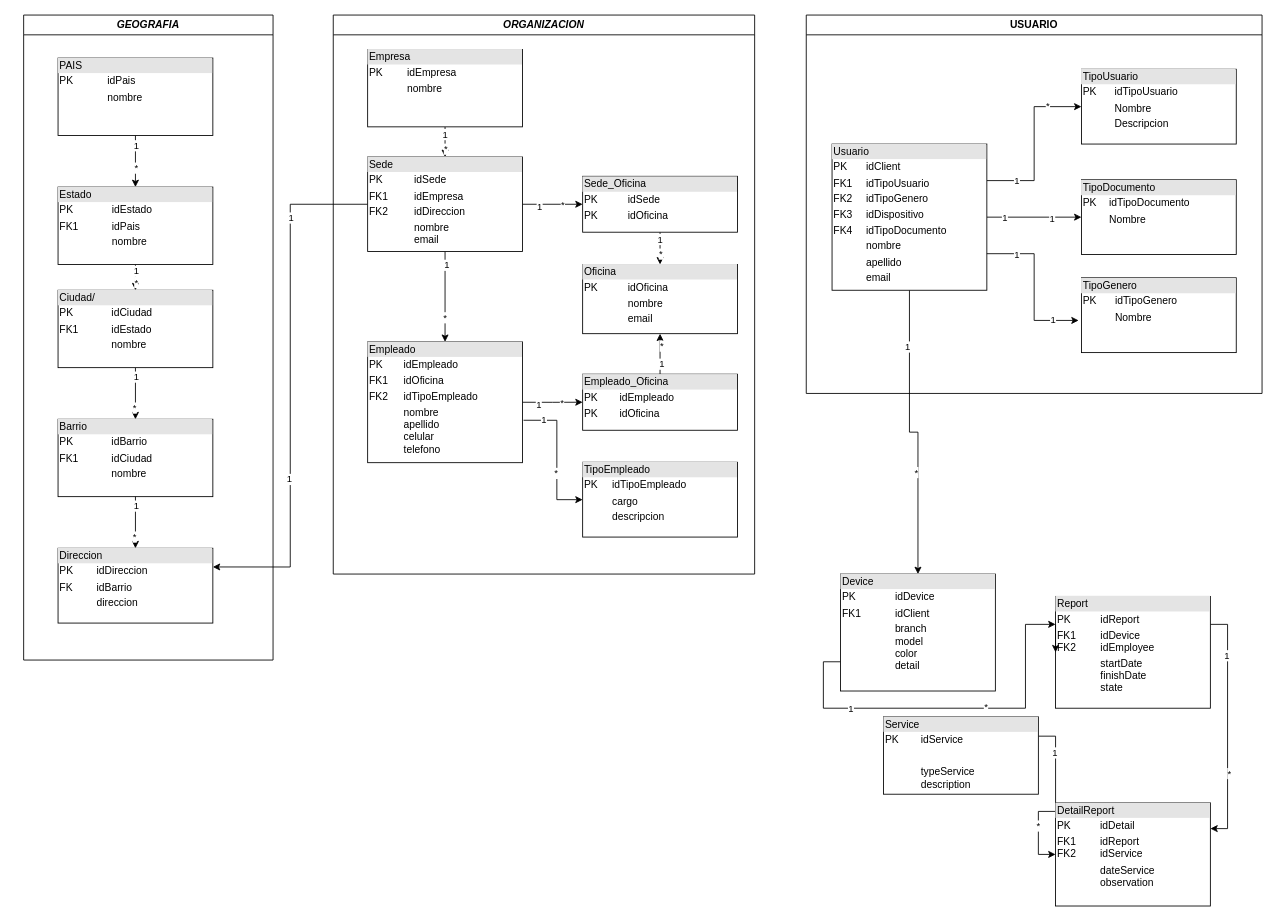
The draw.io diagram projects/tech_support/Tech_support.drawio in Alejo2304/website_projects, before the edit. Source tidied: cells renumbered, new cells numbered last; positions are measured from the earlier drawing's top-left corner, leaving out a move shared by most shapes. Both pictures are drawn from the tidied source at 86%, with x=0, y=0 at pixel (23, 15).
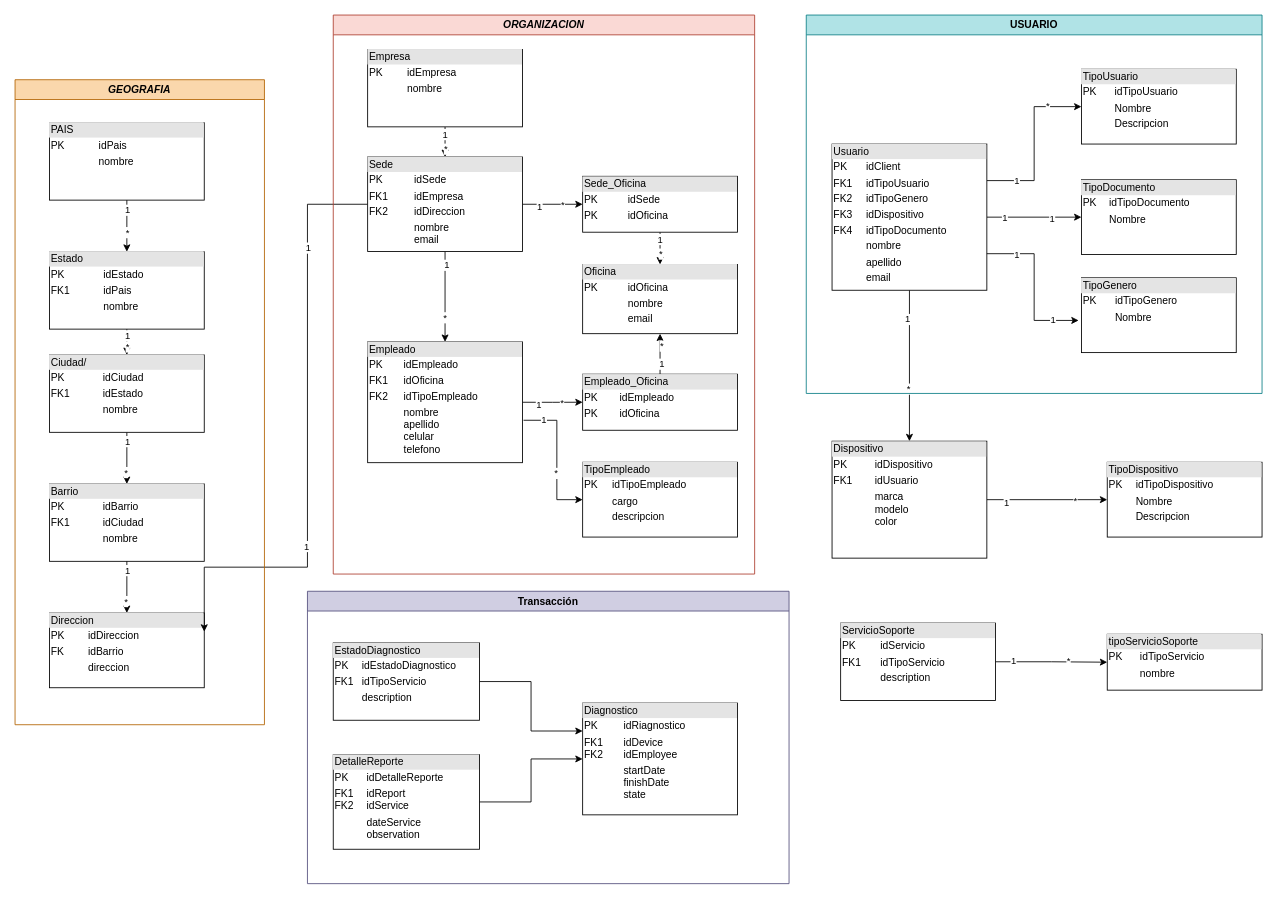
The same page after the edit.

Commit message:
transaccion colecction

The change refers to these unchanged cells:
```xml
<mxCell id="25" value="&lt;div style=&quot;box-sizing:border-box;width:100%;background:#e4e4e4;padding:2px;&quot;&gt;Sede&lt;/div&gt;&lt;table style=&quot;width:100%;font-size:1em;&quot; cellpadding=&quot;2&quot; cellspacing=&quot;0&quot;&gt;&lt;tbody&gt;&lt;tr&gt;&lt;td&gt;PK&lt;/td&gt;&lt;td&gt;idSede&lt;/td&gt;&lt;/tr&gt;&lt;tr&gt;&lt;td&gt;FK1&lt;/td&gt;&lt;td&gt;idEmpresa&lt;/td&gt;&lt;/tr&gt;&lt;tr&gt;&lt;td&gt;FK2&lt;/td&gt;&lt;td&gt;idDireccion&lt;/td&gt;&lt;/tr&gt;&lt;tr&gt;&lt;td&gt;&lt;/td&gt;&lt;td&gt;nombre&lt;br&gt;email&lt;/td&gt;&lt;/tr&gt;&lt;/tbody&gt;&lt;/table&gt;" style="verticalAlign=top;align=left;overflow=fill;html=1;whiteSpace=wrap;" parent="1" vertex="1">
  <mxGeometry x="400" y="165" width="180" height="110" as="geometry" />
</mxCell>
```

Diff of the diagram source:
```diff
@@
     <mxCell id="5" value="&lt;div style=&quot;box-sizing:border-box;width:100%;background:#e4e4e4;padding:2px;&quot;&gt;Direccion&lt;/div&gt;&lt;table style=&quot;width:100%;font-size:1em;&quot; cellpadding=&quot;2&quot; cellspacing=&quot;0&quot;&gt;&lt;tbody&gt;&lt;tr&gt;&lt;td&gt;PK&lt;/td&gt;&lt;td&gt;idDireccion&lt;/td&gt;&lt;/tr&gt;&lt;tr&gt;&lt;td&gt;FK&lt;/td&gt;&lt;td&gt;idBarrio&lt;/td&gt;&lt;/tr&gt;&lt;tr&gt;&lt;td&gt;&lt;/td&gt;&lt;td&gt;direccion&lt;br&gt;&lt;br&gt;&lt;br&gt;&lt;br&gt;&lt;/td&gt;&lt;/tr&gt;&lt;/tbody&gt;&lt;/table&gt;" style="verticalAlign=top;align=left;overflow=fill;html=1;whiteSpace=wrap;" parent="1" vertex="1">
-      <mxGeometry x="40" y="620" width="180" height="87" as="geometry" />
+      <mxGeometry x="30" y="695.2" width="180" height="87" as="geometry" />
     </mxCell>
@@
     <mxCell id="16" style="edgeStyle=orthogonalEdgeStyle;rounded=0;jettySize=auto;html=1;entryX=1;entryY=0.25;entryDx=0;entryDy=0;" parent="1" edge="1" source="25" target="5">
-      <mxGeometry relative="1" as="geometry" />
+      <mxGeometry relative="1" as="geometry">
+        <Array as="points">
+          <mxPoint x="330" y="220" />
+          <mxPoint x="330" y="642" />
+        </Array>
+      </mxGeometry>
     </mxCell>
@@
     <mxCell id="29" value="&lt;div style=&quot;box-sizing:border-box;width:100%;background:#e4e4e4;padding:2px;&quot;&gt;PAIS&lt;/div&gt;&lt;table style=&quot;width:100%;font-size:1em;&quot; cellpadding=&quot;2&quot; cellspacing=&quot;0&quot;&gt;&lt;tbody&gt;&lt;tr&gt;&lt;td&gt;PK&lt;/td&gt;&lt;td&gt;idPais&lt;/td&gt;&lt;/tr&gt;&lt;tr&gt;&lt;td&gt;&lt;br&gt;&lt;/td&gt;&lt;td&gt;nombre&lt;/td&gt;&lt;/tr&gt;&lt;tr&gt;&lt;td&gt;&lt;/td&gt;&lt;td&gt;&lt;br&gt;&lt;/td&gt;&lt;/tr&gt;&lt;/tbody&gt;&lt;/table&gt;" style="verticalAlign=top;align=left;overflow=fill;html=1;whiteSpace=wrap;" parent="1" vertex="1">
-      <mxGeometry x="40" y="50" width="180" height="90" as="geometry" />
+      <mxGeometry x="30" y="125.2" width="180" height="90" as="geometry" />
     </mxCell>
@@
     <mxCell id="33" value="&lt;div style=&quot;box-sizing:border-box;width:100%;background:#e4e4e4;padding:2px;&quot;&gt;Estado&lt;/div&gt;&lt;table style=&quot;width:100%;font-size:1em;&quot; cellpadding=&quot;2&quot; cellspacing=&quot;0&quot;&gt;&lt;tbody&gt;&lt;tr&gt;&lt;td&gt;PK&lt;/td&gt;&lt;td&gt;idEstado&lt;/td&gt;&lt;/tr&gt;&lt;tr&gt;&lt;td&gt;FK1&lt;/td&gt;&lt;td&gt;idPais&lt;/td&gt;&lt;/tr&gt;&lt;tr&gt;&lt;td&gt;&lt;/td&gt;&lt;td&gt;nombre&lt;/td&gt;&lt;/tr&gt;&lt;/tbody&gt;&lt;/table&gt;" style="verticalAlign=top;align=left;overflow=fill;html=1;whiteSpace=wrap;" parent="1" vertex="1">
-      <mxGeometry x="40" y="200" width="180" height="90" as="geometry" />
+      <mxGeometry x="30" y="275.2" width="180" height="90" as="geometry" />
     </mxCell>
@@
-    <mxCell id="37" style="edgeStyle=orthogonalEdgeStyle;rounded=0;jettySize=auto;html=1;exitX=1;exitY=0.25;exitDx=0;exitDy=0;entryX=0;entryY=0.5;entryDx=0;entryDy=0;" parent="1" edge="1" source="40" target="45">
-      <mxGeometry relative="1" as="geometry" />
-    </mxCell>
-    <mxCell id="38" value="1" style="edgeLabel;html=1;align=center;verticalAlign=middle;" parent="37" vertex="1">
-      <mxGeometry x="-0.61" y="-1" relative="1" as="geometry" />
-    </mxCell>
-    <mxCell id="39" value="*" style="edgeLabel;html=1;align=center;verticalAlign=middle;" parent="37" vertex="1">
-      <mxGeometry x="0.46" relative="1" as="geometry" />
-    </mxCell>
+    <mxCell id="83" style="edgeStyle=orthogonalEdgeStyle;rounded=0;jettySize=auto;html=1;entryX=0;entryY=0.5;entryDx=0;entryDy=0;" parent="1" edge="1" source="40" target="90">
+      <mxGeometry relative="1" as="geometry" />
+    </mxCell>
+    <mxCell id="84" value="1" style="edgeLabel;html=1;align=center;verticalAlign=middle;" parent="83" vertex="1">
+      <mxGeometry x="-0.69" y="2" relative="1" as="geometry" />
+    </mxCell>
+    <mxCell id="85" value="*" style="edgeLabel;html=1;align=center;verticalAlign=middle;" parent="83" vertex="1">
+      <mxGeometry x="0.3" y="2" relative="1" as="geometry" />
+    </mxCell>
-    <mxCell id="40" value="&lt;div style=&quot;box-sizing:border-box;width:100%;background:#e4e4e4;padding:2px;&quot;&gt;Service&lt;/div&gt;&lt;table style=&quot;width:100%;font-size:1em;&quot; cellpadding=&quot;2&quot; cellspacing=&quot;0&quot;&gt;&lt;tbody&gt;&lt;tr&gt;&lt;td&gt;PK&lt;/td&gt;&lt;td&gt;idService&lt;/td&gt;&lt;/tr&gt;&lt;tr&gt;&lt;td&gt;&lt;br&gt;&lt;/td&gt;&lt;td&gt;&lt;br&gt;&lt;/td&gt;&lt;/tr&gt;&lt;tr&gt;&lt;td&gt;&lt;/td&gt;&lt;td&gt;typeService&lt;br&gt;description&lt;/td&gt;&lt;/tr&gt;&lt;/tbody&gt;&lt;/table&gt;" style="verticalAlign=top;align=left;overflow=fill;html=1;whiteSpace=wrap;" parent="1" vertex="1">
-      <mxGeometry x="999.9" y="816" width="180" height="90" as="geometry" />
+    <mxCell id="40" value="&lt;div style=&quot;box-sizing:border-box;width:100%;background:#e4e4e4;padding:2px;&quot;&gt;ServicioSoporte&lt;/div&gt;&lt;table style=&quot;width:100%;font-size:1em;&quot; cellpadding=&quot;2&quot; cellspacing=&quot;0&quot;&gt;&lt;tbody&gt;&lt;tr&gt;&lt;td&gt;PK&lt;/td&gt;&lt;td&gt;idServicio&lt;/td&gt;&lt;/tr&gt;&lt;tr&gt;&lt;td&gt;FK1&lt;/td&gt;&lt;td&gt;idTipoServicio&lt;/td&gt;&lt;/tr&gt;&lt;tr&gt;&lt;td&gt;&lt;/td&gt;&lt;td&gt;description&lt;/td&gt;&lt;/tr&gt;&lt;/tbody&gt;&lt;/table&gt;" style="verticalAlign=top;align=left;overflow=fill;html=1;whiteSpace=wrap;" parent="1" vertex="1">
+      <mxGeometry x="950" y="707" width="180" height="90" as="geometry" />
     </mxCell>
-    <mxCell id="41" style="edgeStyle=orthogonalEdgeStyle;rounded=0;jettySize=auto;html=1;exitX=1;exitY=0.25;exitDx=0;exitDy=0;entryX=1;entryY=0.25;entryDx=0;entryDy=0;" parent="1" edge="1" source="44" target="45">
-      <mxGeometry relative="1" as="geometry" />
-    </mxCell>
-    <mxCell id="42" value="1" style="edgeLabel;html=1;align=center;verticalAlign=middle;" parent="41" vertex="1">
-      <mxGeometry x="-0.6" y="-1" relative="1" as="geometry" />
-    </mxCell>
-    <mxCell id="43" value="*" style="edgeLabel;html=1;align=center;verticalAlign=middle;" parent="41" vertex="1">
-      <mxGeometry x="0.39" y="2" relative="1" as="geometry" />
-    </mxCell>
-    <mxCell id="44" value="&lt;div style=&quot;box-sizing:border-box;width:100%;background:#e4e4e4;padding:2px;&quot;&gt;Report&lt;/div&gt;&lt;table style=&quot;width:100%;font-size:1em;&quot; cellpadding=&quot;2&quot; cellspacing=&quot;0&quot;&gt;&lt;tbody&gt;&lt;tr&gt;&lt;td&gt;PK&lt;/td&gt;&lt;td&gt;idReport&lt;/td&gt;&lt;/tr&gt;&lt;tr&gt;&lt;td&gt;FK1&lt;br&gt;FK2&lt;/td&gt;&lt;td&gt;idDevice&lt;br&gt;idEmployee&lt;/td&gt;&lt;/tr&gt;&lt;tr&gt;&lt;td&gt;&lt;/td&gt;&lt;td&gt;startDate&lt;br&gt;finishDate&lt;br&gt;state&lt;/td&gt;&lt;/tr&gt;&lt;/tbody&gt;&lt;/table&gt;" style="verticalAlign=top;align=left;overflow=fill;html=1;whiteSpace=wrap;" parent="1" vertex="1">
-      <mxGeometry x="1199.9" y="676" width="180" height="130" as="geometry" />
-    </mxCell>
-    <mxCell id="45" value="&lt;div style=&quot;box-sizing:border-box;width:100%;background:#e4e4e4;padding:2px;&quot;&gt;DetailReport&lt;/div&gt;&lt;table style=&quot;width:100%;font-size:1em;&quot; cellpadding=&quot;2&quot; cellspacing=&quot;0&quot;&gt;&lt;tbody&gt;&lt;tr&gt;&lt;td&gt;PK&lt;/td&gt;&lt;td&gt;idDetail&lt;/td&gt;&lt;/tr&gt;&lt;tr&gt;&lt;td&gt;FK1&lt;br&gt;FK2&lt;/td&gt;&lt;td&gt;idReport&lt;br&gt;idService&lt;/td&gt;&lt;/tr&gt;&lt;tr&gt;&lt;td&gt;&lt;/td&gt;&lt;td&gt;dateService&lt;br&gt;observation&lt;/td&gt;&lt;/tr&gt;&lt;/tbody&gt;&lt;/table&gt;" style="verticalAlign=top;align=left;overflow=fill;html=1;whiteSpace=wrap;" parent="1" vertex="1">
-      <mxGeometry x="1199.9" y="916" width="180" height="120" as="geometry" />
-    </mxCell>
-    <mxCell id="46" style="edgeStyle=orthogonalEdgeStyle;rounded=0;jettySize=auto;html=1;exitX=0;exitY=0.75;exitDx=0;exitDy=0;entryX=0;entryY=0.25;entryDx=0;entryDy=0;" parent="1" edge="1" source="49" target="44">
-      <mxGeometry relative="1" as="geometry" />
-    </mxCell>
-    <mxCell id="47" value="1" style="edgeLabel;html=1;align=center;verticalAlign=middle;" parent="46" vertex="1">
-      <mxGeometry x="-0.52" relative="1" as="geometry" />
-    </mxCell>
-    <mxCell id="48" value="*" style="edgeLabel;html=1;align=center;verticalAlign=middle;" parent="46" vertex="1">
-      <mxGeometry x="0.19" y="2" relative="1" as="geometry" />
-    </mxCell>
+    <mxCell id="86" style="edgeStyle=orthogonalEdgeStyle;rounded=0;jettySize=auto;html=1;entryX=0;entryY=0.5;entryDx=0;entryDy=0;" parent="1" edge="1" source="49" target="89">
+      <mxGeometry relative="1" as="geometry" />
+    </mxCell>
+    <mxCell id="87" value="1" style="edgeLabel;html=1;align=center;verticalAlign=middle;" parent="86" vertex="1">
+      <mxGeometry x="-0.68" y="-3" relative="1" as="geometry" />
+    </mxCell>
+    <mxCell id="88" value="*" style="edgeLabel;html=1;align=center;verticalAlign=middle;" parent="86" vertex="1">
+      <mxGeometry x="0.46" y="-1" relative="1" as="geometry" />
+    </mxCell>
-    <mxCell id="49" value="&lt;div style=&quot;box-sizing:border-box;width:100%;background:#e4e4e4;padding:2px;&quot;&gt;Device&lt;/div&gt;&lt;table style=&quot;width:100%;font-size:1em;&quot; cellpadding=&quot;2&quot; cellspacing=&quot;0&quot;&gt;&lt;tbody&gt;&lt;tr&gt;&lt;td&gt;PK&lt;/td&gt;&lt;td&gt;idDevice&lt;/td&gt;&lt;/tr&gt;&lt;tr&gt;&lt;td&gt;FK1&lt;/td&gt;&lt;td&gt;idClient&lt;/td&gt;&lt;/tr&gt;&lt;tr&gt;&lt;td&gt;&lt;/td&gt;&lt;td&gt;branch&lt;br&gt;model&lt;br&gt;color&lt;br&gt;detail&lt;/td&gt;&lt;/tr&gt;&lt;/tbody&gt;&lt;/table&gt;" style="verticalAlign=top;align=left;overflow=fill;html=1;whiteSpace=wrap;" parent="1" vertex="1">
-      <mxGeometry x="949.9" y="650" width="180" height="136" as="geometry" />
+    <mxCell id="49" value="&lt;div style=&quot;box-sizing:border-box;width:100%;background:#e4e4e4;padding:2px;&quot;&gt;Dispositivo&lt;/div&gt;&lt;table style=&quot;width:100%;font-size:1em;&quot; cellpadding=&quot;2&quot; cellspacing=&quot;0&quot;&gt;&lt;tbody&gt;&lt;tr&gt;&lt;td&gt;PK&lt;/td&gt;&lt;td&gt;idDispositivo&lt;/td&gt;&lt;/tr&gt;&lt;tr&gt;&lt;td&gt;FK1&lt;/td&gt;&lt;td&gt;idUsuario&lt;/td&gt;&lt;/tr&gt;&lt;tr&gt;&lt;td&gt;&lt;/td&gt;&lt;td&gt;marca&lt;br&gt;modelo&lt;br&gt;color&lt;br&gt;&lt;br&gt;&lt;/td&gt;&lt;/tr&gt;&lt;/tbody&gt;&lt;/table&gt;" style="verticalAlign=top;align=left;overflow=fill;html=1;whiteSpace=wrap;" parent="1" vertex="1">
+      <mxGeometry x="940" y="495.5" width="180" height="136" as="geometry" />
     </mxCell>
-    <mxCell id="50" style="edgeStyle=orthogonalEdgeStyle;rounded=0;orthogonalLoop=1;jettySize=auto;html=1;exitX=0;exitY=0.25;exitDx=0;exitDy=0;entryX=0;entryY=0.5;entryDx=0;entryDy=0;" parent="1" edge="1" source="44" target="44">
-      <mxGeometry relative="1" as="geometry" />
-    </mxCell>
     <mxCell id="51" value="&lt;div style=&quot;box-sizing:border-box;width:100%;background:#e4e4e4;padding:2px;&quot;&gt;Barrio&lt;/div&gt;&lt;table style=&quot;width:100%;font-size:1em;&quot; cellpadding=&quot;2&quot; cellspacing=&quot;0&quot;&gt;&lt;tbody&gt;&lt;tr&gt;&lt;td&gt;PK&lt;/td&gt;&lt;td&gt;idBarrio&lt;/td&gt;&lt;/tr&gt;&lt;tr&gt;&lt;td&gt;FK1&lt;/td&gt;&lt;td&gt;idCiudad&lt;br&gt;&lt;/td&gt;&lt;/tr&gt;&lt;tr&gt;&lt;td&gt;&lt;/td&gt;&lt;td&gt;nombre&lt;/td&gt;&lt;/tr&gt;&lt;/tbody&gt;&lt;/table&gt;" style="verticalAlign=top;align=left;overflow=fill;html=1;whiteSpace=wrap;" parent="1" vertex="1">
-      <mxGeometry x="40" y="470" width="180" height="90" as="geometry" />
+      <mxGeometry x="30" y="545.2" width="180" height="90" as="geometry" />
     </mxCell>
@@
-    <mxCell id="55" value="&lt;i&gt;GEOGRAFIA&lt;/i&gt;" style="swimlane;whiteSpace=wrap;html=1;" parent="1" vertex="1">
-      <mxGeometry width="290" height="750" as="geometry" />
+    <mxCell id="55" value="&lt;i&gt;GEOGRAFIA&lt;/i&gt;" style="swimlane;whiteSpace=wrap;html=1;fillColor=#fad7ac;strokeColor=#b46504;" parent="1" vertex="1">
+      <mxGeometry x="-10" y="75.2" width="290" height="750" as="geometry" />
     </mxCell>
@@
-    <mxCell id="72" value="&lt;i&gt;ORGANIZACION&lt;/i&gt;" style="swimlane;whiteSpace=wrap;html=1;" parent="1" vertex="1">
+    <mxCell id="72" value="&lt;i&gt;ORGANIZACION&lt;/i&gt;" style="swimlane;whiteSpace=wrap;html=1;fillColor=#fad9d5;strokeColor=#ae4132;" parent="1" vertex="1">
       <mxGeometry x="360" width="490" height="650" as="geometry" />
     </mxCell>
@@
-    <mxCell id="82" value="USUARIO" style="swimlane;whiteSpace=wrap;html=1;" parent="1" vertex="1">
+    <mxCell id="82" value="USUARIO" style="swimlane;whiteSpace=wrap;html=1;fillColor=#b0e3e6;strokeColor=#0e8088;" parent="1" vertex="1">
       <mxGeometry x="910" width="530" height="440" as="geometry" />
     </mxCell>
+    <mxCell id="89" value="&lt;div style=&quot;box-sizing:border-box;width:100%;background:#e4e4e4;padding:2px;&quot;&gt;TipoDispositivo&lt;/div&gt;&lt;table style=&quot;width:100%;font-size:1em;&quot; cellpadding=&quot;2&quot; cellspacing=&quot;0&quot;&gt;&lt;tbody&gt;&lt;tr&gt;&lt;td&gt;PK&lt;/td&gt;&lt;td&gt;idTipoDispositivo&lt;/td&gt;&lt;/tr&gt;&lt;tr&gt;&lt;td&gt;&lt;br&gt;&lt;/td&gt;&lt;td&gt;Nombre&lt;/td&gt;&lt;/tr&gt;&lt;tr&gt;&lt;td&gt;&lt;br&gt;&lt;/td&gt;&lt;td&gt;Descripcion&lt;/td&gt;&lt;/tr&gt;&lt;/tbody&gt;&lt;/table&gt;" style="verticalAlign=top;align=left;overflow=fill;html=1;whiteSpace=wrap;" parent="1" vertex="1">
+      <mxGeometry x="1260" y="520" width="180" height="87" as="geometry" />
+    </mxCell>
+    <mxCell id="90" value="&lt;div style=&quot;box-sizing:border-box;width:100%;background:#e4e4e4;padding:2px;&quot;&gt;tipoServicioSoporte&lt;/div&gt;&lt;table style=&quot;width:100%;font-size:1em;&quot; cellpadding=&quot;2&quot; cellspacing=&quot;0&quot;&gt;&lt;tbody&gt;&lt;tr&gt;&lt;td&gt;PK&lt;/td&gt;&lt;td&gt;idTipoServicio&lt;/td&gt;&lt;/tr&gt;&lt;tr&gt;&lt;td&gt;&lt;br&gt;&lt;/td&gt;&lt;td&gt;nombre&lt;/td&gt;&lt;/tr&gt;&lt;/tbody&gt;&lt;/table&gt;" style="verticalAlign=top;align=left;overflow=fill;html=1;whiteSpace=wrap;" parent="1" vertex="1">
+      <mxGeometry x="1260" y="720" width="180" height="65" as="geometry" />
+    </mxCell>
+    <mxCell id="91" value="Transacción" style="swimlane;whiteSpace=wrap;html=1;fillColor=#d0cee2;strokeColor=#56517e;" parent="1" vertex="1">
+      <mxGeometry x="330" y="670" width="560" height="340" as="geometry" />
+    </mxCell>
+    <mxCell id="44" value="&lt;div style=&quot;box-sizing:border-box;width:100%;background:#e4e4e4;padding:2px;&quot;&gt;Diagnostico&lt;/div&gt;&lt;table style=&quot;width:100%;font-size:1em;&quot; cellpadding=&quot;2&quot; cellspacing=&quot;0&quot;&gt;&lt;tbody&gt;&lt;tr&gt;&lt;td&gt;PK&lt;/td&gt;&lt;td&gt;idRiagnostico&lt;/td&gt;&lt;/tr&gt;&lt;tr&gt;&lt;td&gt;FK1&lt;br&gt;FK2&lt;/td&gt;&lt;td&gt;idDevice&lt;br&gt;idEmployee&lt;/td&gt;&lt;/tr&gt;&lt;tr&gt;&lt;td&gt;&lt;/td&gt;&lt;td&gt;startDate&lt;br&gt;finishDate&lt;br&gt;state&lt;/td&gt;&lt;/tr&gt;&lt;/tbody&gt;&lt;/table&gt;" style="verticalAlign=top;align=left;overflow=fill;html=1;whiteSpace=wrap;" parent="91" vertex="1">
+      <mxGeometry x="320" y="130" width="180" height="130" as="geometry" />
+    </mxCell>
+    <mxCell id="92" style="edgeStyle=orthogonalEdgeStyle;rounded=0;jettySize=auto;html=1;entryX=0;entryY=0.5;entryDx=0;entryDy=0;" parent="91" edge="1" source="45" target="44">
+      <mxGeometry relative="1" as="geometry" />
+    </mxCell>
+    <mxCell id="45" value="&lt;div style=&quot;box-sizing:border-box;width:100%;background:#e4e4e4;padding:2px;&quot;&gt;DetalleReporte&lt;/div&gt;&lt;table style=&quot;width:100%;font-size:1em;&quot; cellpadding=&quot;2&quot; cellspacing=&quot;0&quot;&gt;&lt;tbody&gt;&lt;tr&gt;&lt;td&gt;PK&lt;/td&gt;&lt;td&gt;idDetalleReporte&lt;/td&gt;&lt;/tr&gt;&lt;tr&gt;&lt;td&gt;FK1&lt;br&gt;FK2&lt;/td&gt;&lt;td&gt;idReport&lt;br&gt;idService&lt;/td&gt;&lt;/tr&gt;&lt;tr&gt;&lt;td&gt;&lt;/td&gt;&lt;td&gt;dateService&lt;br&gt;observation&lt;/td&gt;&lt;/tr&gt;&lt;/tbody&gt;&lt;/table&gt;" style="verticalAlign=top;align=left;overflow=fill;html=1;whiteSpace=wrap;" parent="91" vertex="1">
+      <mxGeometry x="30" y="190" width="170" height="110" as="geometry" />
+    </mxCell>
+    <mxCell id="93" style="edgeStyle=orthogonalEdgeStyle;rounded=0;jettySize=auto;html=1;entryX=0;entryY=0.25;entryDx=0;entryDy=0;" parent="91" edge="1" source="94" target="44">
+      <mxGeometry relative="1" as="geometry" />
+    </mxCell>
+    <mxCell id="94" value="&lt;div style=&quot;box-sizing:border-box;width:100%;background:#e4e4e4;padding:2px;&quot;&gt;EstadoDiagnostico&lt;/div&gt;&lt;table style=&quot;width:100%;font-size:1em;&quot; cellpadding=&quot;2&quot; cellspacing=&quot;0&quot;&gt;&lt;tbody&gt;&lt;tr&gt;&lt;td&gt;PK&lt;/td&gt;&lt;td&gt;idEstadoDiagnostico&lt;/td&gt;&lt;/tr&gt;&lt;tr&gt;&lt;td&gt;FK1&lt;/td&gt;&lt;td&gt;idTipoServicio&lt;/td&gt;&lt;/tr&gt;&lt;tr&gt;&lt;td&gt;&lt;/td&gt;&lt;td&gt;description&lt;/td&gt;&lt;/tr&gt;&lt;/tbody&gt;&lt;/table&gt;" style="verticalAlign=top;align=left;overflow=fill;html=1;whiteSpace=wrap;" parent="91" vertex="1">
+      <mxGeometry x="30" y="60" width="170" height="90" as="geometry" />
+    </mxCell>
```
